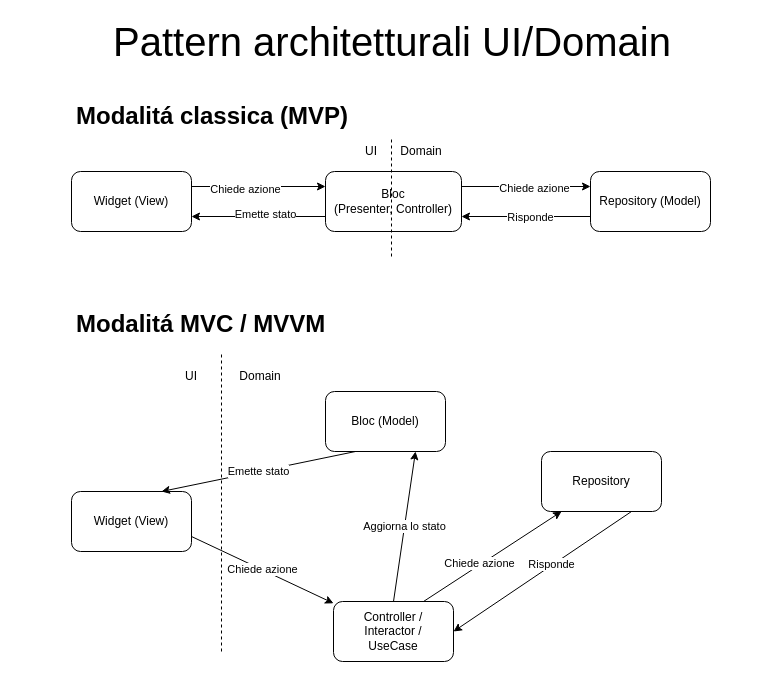
This is tips/bloc-repository-widget.drawio from lorenzo-miuccio/weather-app-flutter, a draw.io file, before an edit. Source tidied: cells renumbered, new cells numbered last; positions are measured from the earlier drawing's top-left corner, leaving out a move shared by most shapes. Both pictures are drawn from the tidied source at 100%, with x=0, y=0 at pixel (17, 26).
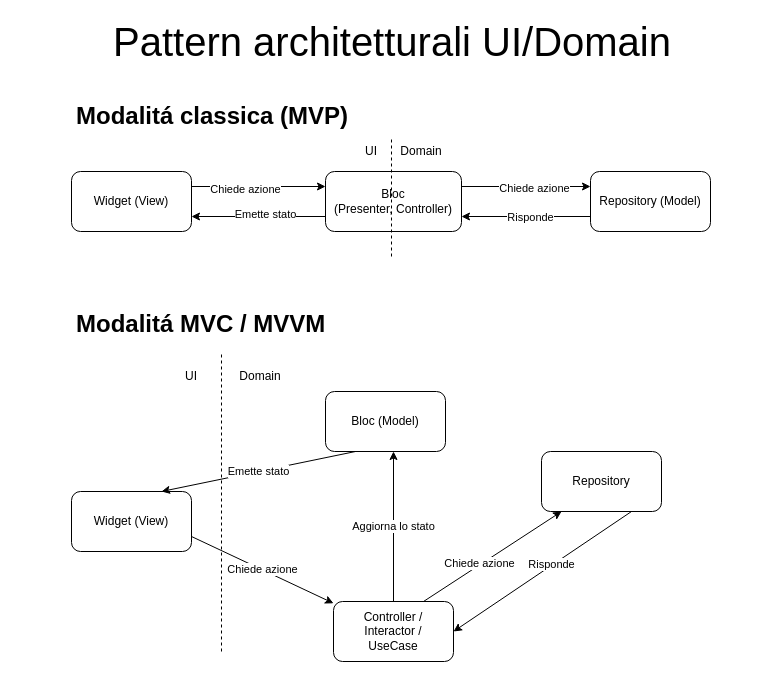
The same page after the edit.

The change refers to these unchanged cells:
```xml
<mxCell id="16" value="Bloc (Model)" style="rounded=1;whiteSpace=wrap;html=1;align=center;" parent="1" vertex="1">
  <mxGeometry x="308" y="365" width="120" height="60" as="geometry" />
</mxCell>
<mxCell id="20" value="Controller /&lt;br&gt;Interactor /&lt;br&gt;UseCase" style="rounded=1;whiteSpace=wrap;html=1;align=center;" parent="1" vertex="1">
  <mxGeometry x="316" y="575" width="120" height="60" as="geometry" />
</mxCell>
```

Diff of the diagram source:
```diff
@@
-    <mxCell id="17" value="Aggiorna lo stato" style="edgeStyle=none;html=1;exitX=0.5;exitY=0;exitDx=0;exitDy=0;entryX=0.75;entryY=1;entryDx=0;entryDy=0;align=center;" parent="1" edge="1" source="20" target="16">
-      <mxGeometry relative="1" as="geometry" />
+    <mxCell id="17" value="Aggiorna lo stato" style="edgeStyle=none;html=1;exitX=0.5;exitY=0;exitDx=0;exitDy=0;align=center;" parent="1" edge="1" source="20">
+      <mxGeometry relative="1" as="geometry">
+        <mxPoint x="376" y="425" as="targetPoint" />
+      </mxGeometry>
     </mxCell>
```
